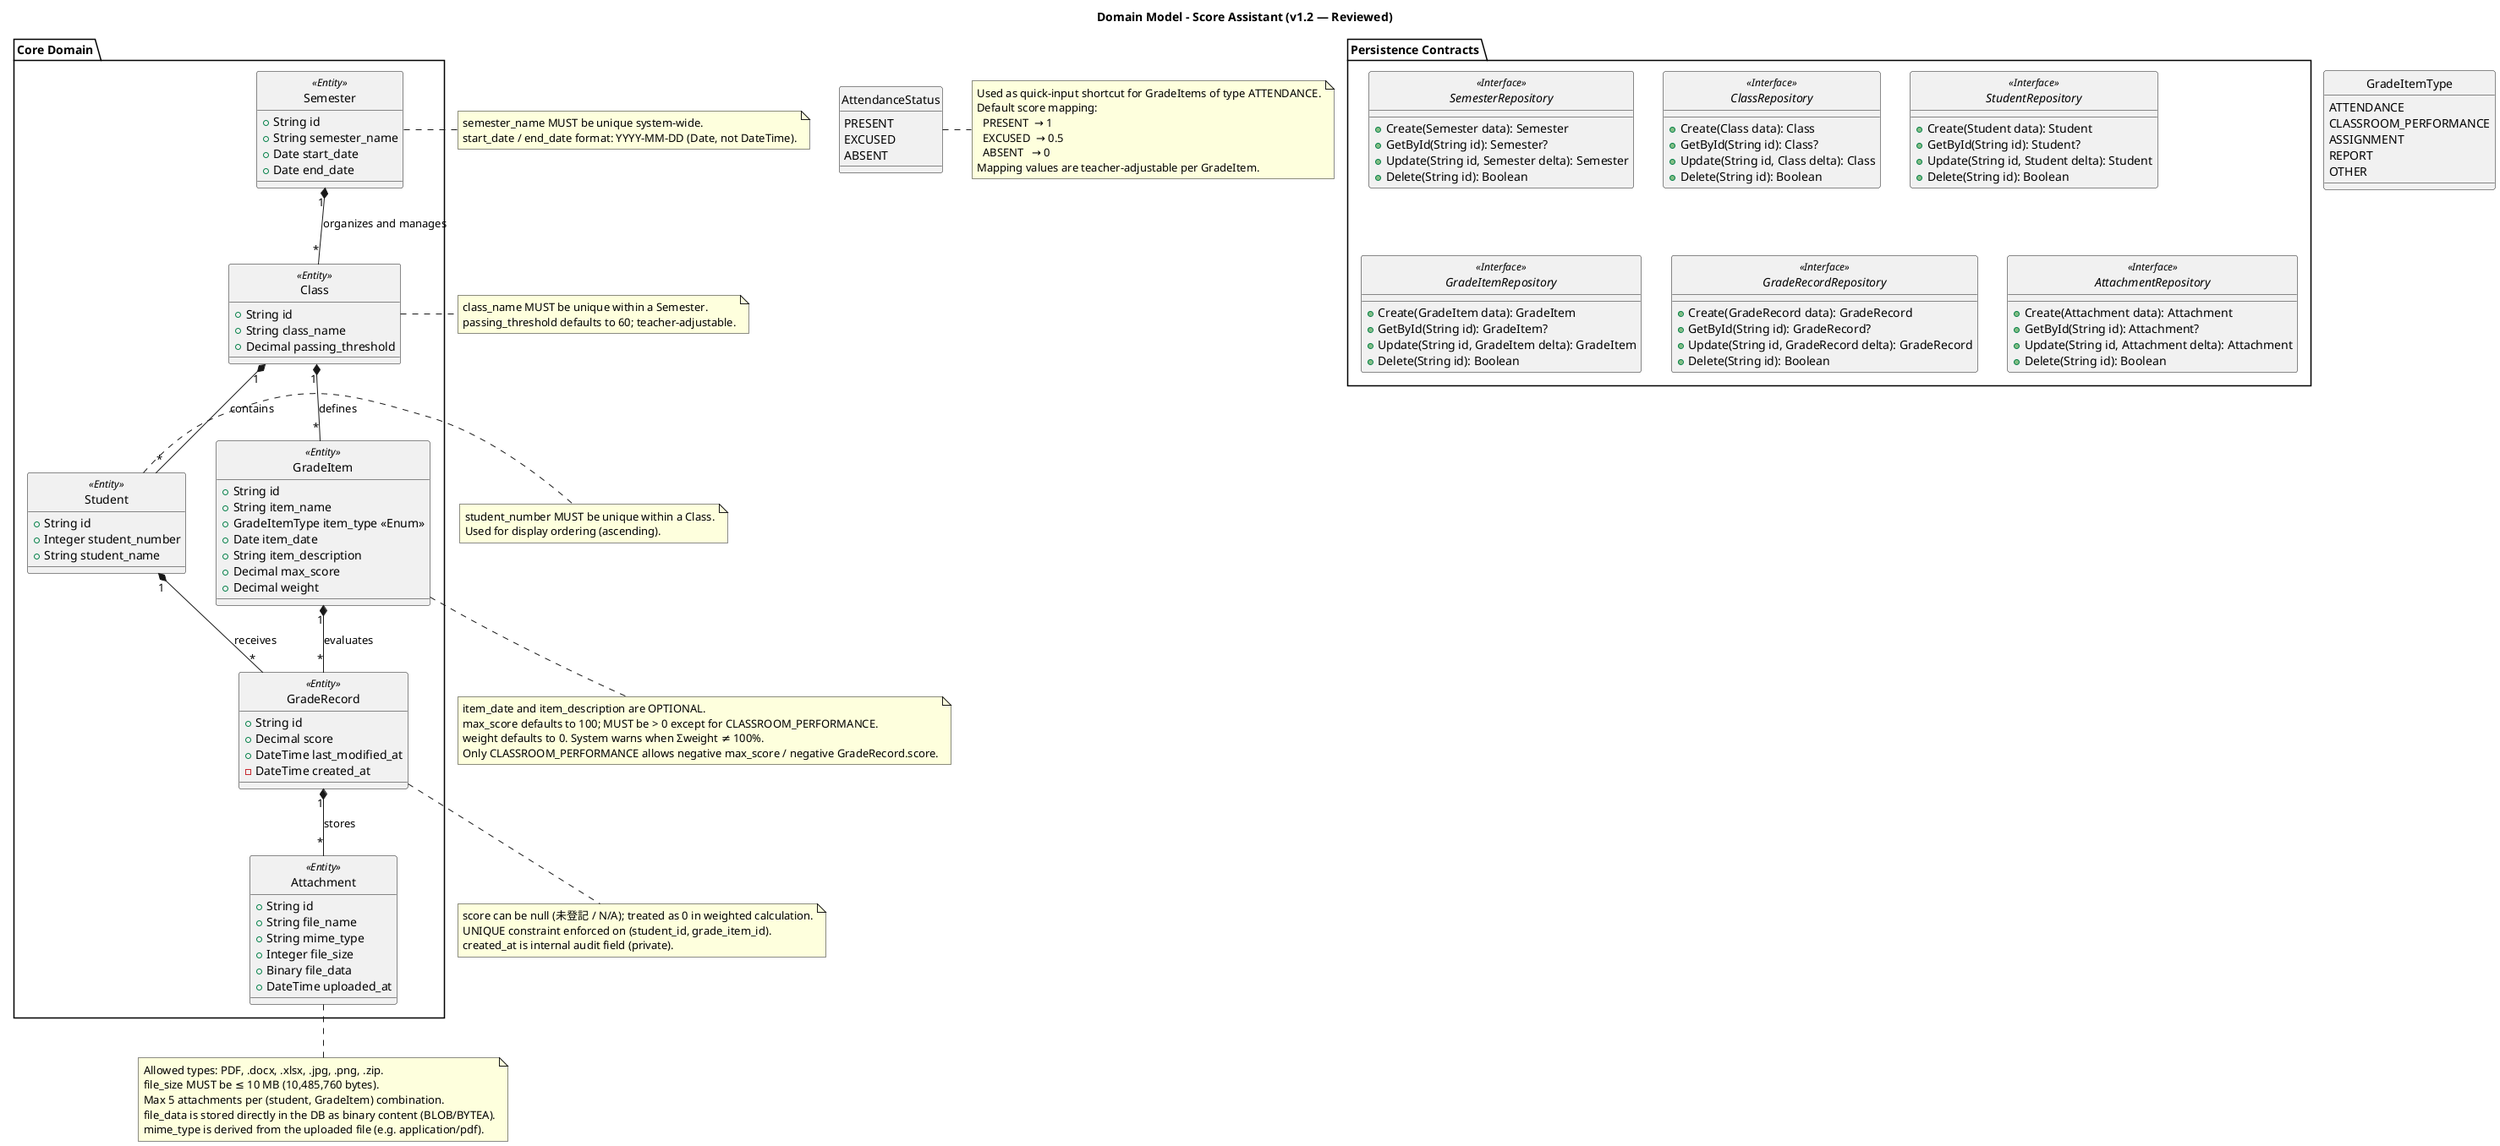
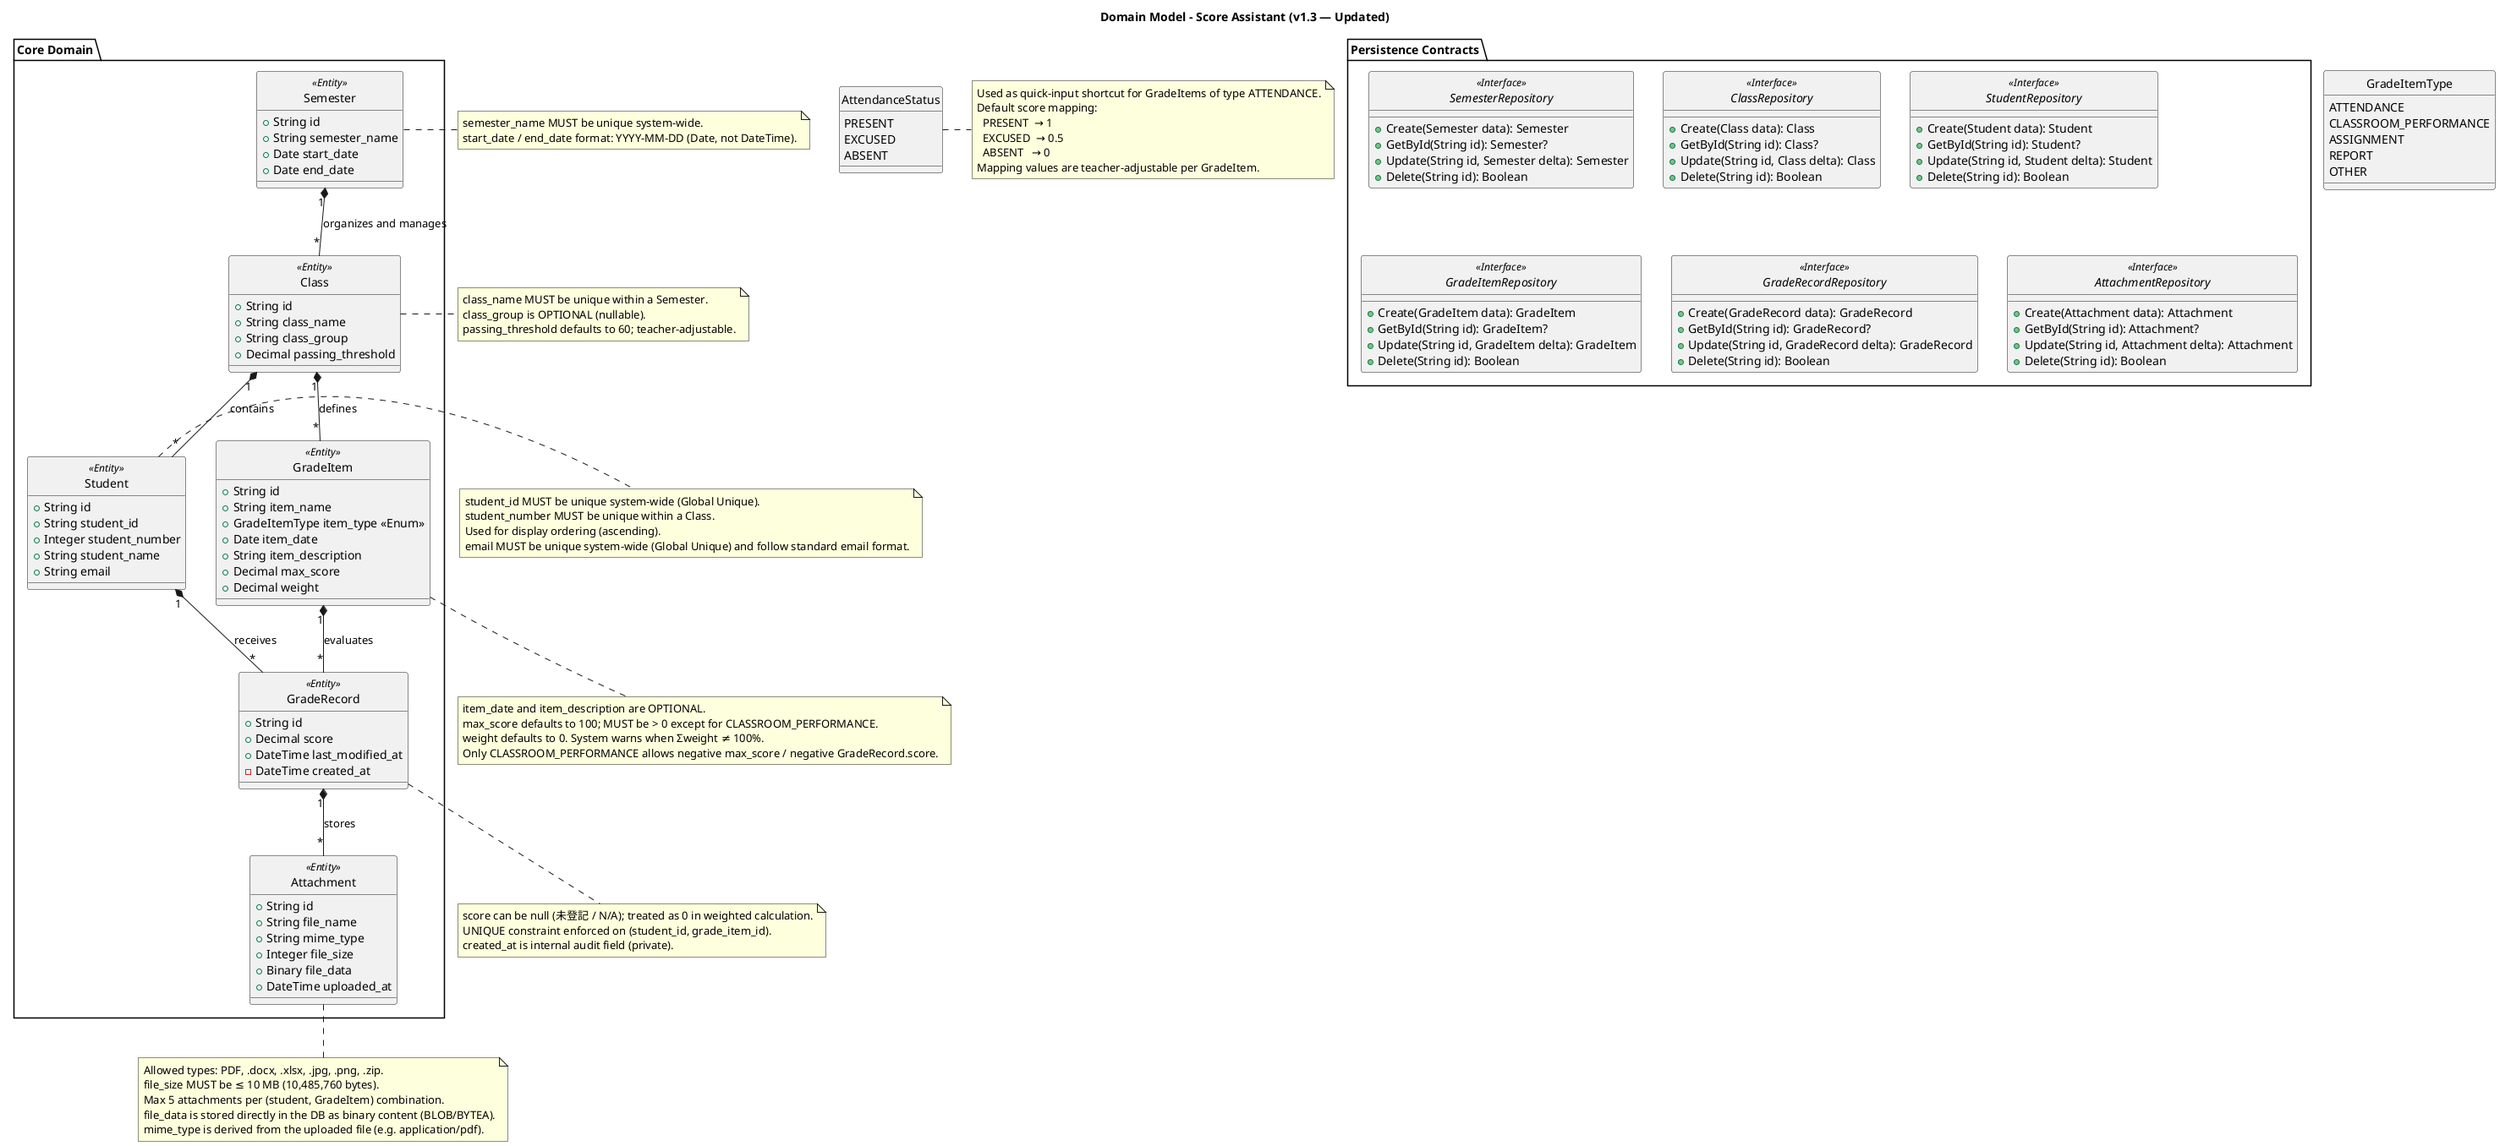
@startuml score_assistant_domain_model
skinparam style strictuml
- title Domain Model - Score Assistant (v1.2 — Reviewed)
+ title Domain Model - Score Assistant (v1.3 — Updated)

package "Core Domain" {

    class Semester <<Entity>> {
        +String id
        +String semester_name
        +Date start_date
        +Date end_date
    }

    class Class <<Entity>> {
        +String id
        +String class_name
+         +String class_group
        +Decimal passing_threshold
    }

    class Student <<Entity>> {
        +String id
+         +String student_id
        +Integer student_number
        +String student_name
+         +String email
    }

    class GradeItem <<Entity>> {
        +String id
        +String item_name
        +GradeItemType item_type <<Enum>>
        +Date item_date
        +String item_description
        +Decimal max_score
        +Decimal weight
    }

    class GradeRecord <<Entity>> {
        +String id
        +Decimal score
        +DateTime last_modified_at
        -DateTime created_at
    }

    class Attachment <<Entity>> {
        +String id
        +String file_name
        +String mime_type
        +Integer file_size
        +Binary file_data
        +DateTime uploaded_at
    }
}

package "Persistence Contracts" {

    interface SemesterRepository <<Interface>> {
        +Create(Semester data): Semester
        +GetById(String id): Semester?
        +Update(String id, Semester delta): Semester
        +Delete(String id): Boolean
    }

    interface ClassRepository <<Interface>> {
        +Create(Class data): Class
        +GetById(String id): Class?
        +Update(String id, Class delta): Class
        +Delete(String id): Boolean
    }

    interface StudentRepository <<Interface>> {
        +Create(Student data): Student
        +GetById(String id): Student?
        +Update(String id, Student delta): Student
        +Delete(String id): Boolean
    }

    interface GradeItemRepository <<Interface>> {
        +Create(GradeItem data): GradeItem
        +GetById(String id): GradeItem?
        +Update(String id, GradeItem delta): GradeItem
        +Delete(String id): Boolean
    }

    interface GradeRecordRepository <<Interface>> {
        +Create(GradeRecord data): GradeRecord
        +GetById(String id): GradeRecord?
        +Update(String id, GradeRecord delta): GradeRecord
        +Delete(String id): Boolean
    }

    interface AttachmentRepository <<Interface>> {
        +Create(Attachment data): Attachment
        +GetById(String id): Attachment?
        +Update(String id, Attachment delta): Attachment
        +Delete(String id): Boolean
    }
}

' Relationships: Strong ownership with multiplicity
Semester "1" *-- "*" Class : "organizes and manages"
Class "1" *-- "*" Student : "contains"
Class "1" *-- "*" GradeItem : "defines"
GradeItem "1" *-- "*" GradeRecord : "evaluates"
Student "1" *-- "*" GradeRecord : "receives"
GradeRecord "1" *-- "*" Attachment : "stores"

enum GradeItemType {
    ATTENDANCE
    CLASSROOM_PERFORMANCE
    ASSIGNMENT
    REPORT
    OTHER
}

enum AttendanceStatus {
    PRESENT
    EXCUSED
    ABSENT
}

note right of Semester
  semester_name MUST be unique system-wide.
  start_date / end_date format: YYYY-MM-DD (Date, not DateTime).
end note

note right of Class
  class_name MUST be unique within a Semester.
+   class_group is OPTIONAL (nullable).
  passing_threshold defaults to 60; teacher-adjustable.
end note

note right of Student
+   student_id MUST be unique system-wide (Global Unique).
  student_number MUST be unique within a Class.
  Used for display ordering (ascending).
+   email MUST be unique system-wide (Global Unique) and follow standard email format.
end note

note bottom of GradeItem
  item_date and item_description are OPTIONAL.
  max_score defaults to 100; MUST be > 0 except for CLASSROOM_PERFORMANCE.
  weight defaults to 0. System warns when Σweight ≠ 100%.
  Only CLASSROOM_PERFORMANCE allows negative max_score / negative GradeRecord.score.
end note

note bottom of GradeRecord
  score can be null (未登記 / N/A); treated as 0 in weighted calculation.
  UNIQUE constraint enforced on (student_id, grade_item_id).
  created_at is internal audit field (private).
end note

note bottom of Attachment
  Allowed types: PDF, .docx, .xlsx, .jpg, .png, .zip.
  file_size MUST be ≤ 10 MB (10,485,760 bytes).
  Max 5 attachments per (student, GradeItem) combination.
  file_data is stored directly in the DB as binary content (BLOB/BYTEA).
  mime_type is derived from the uploaded file (e.g. application/pdf).
end note

note right of AttendanceStatus
  Used as quick-input shortcut for GradeItems of type ATTENDANCE.
  Default score mapping:
    PRESENT  → 1
    EXCUSED  → 0.5
    ABSENT   → 0
  Mapping values are teacher-adjustable per GradeItem.
end note
@enduml
